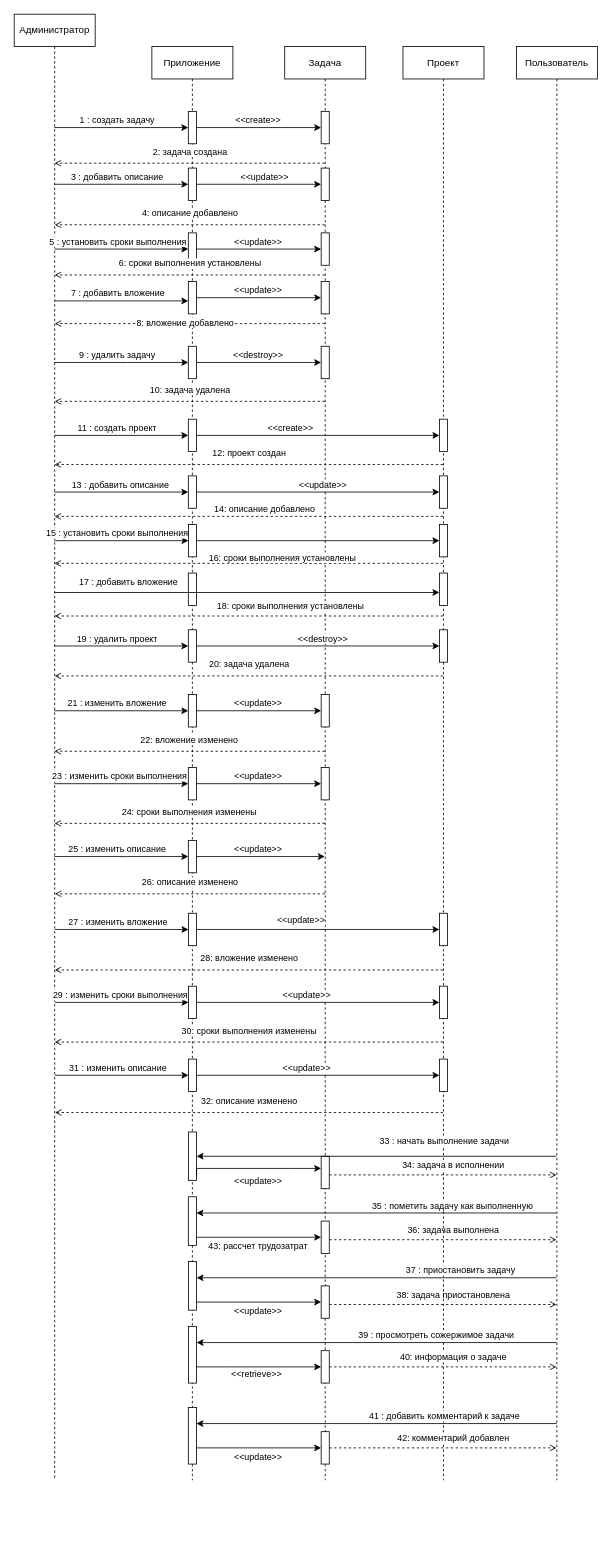
The draw.io diagram диаграммаПоследовательностиКурс.drawio in hard-gainer/UML, before the edit. Source tidied: cells renumbered, new cells numbered last; positions are measured from the earlier drawing's top-left corner, leaving out a move shared by most shapes. Both pictures are drawn from the tidied source at 81%, with x=0, y=0 at pixel (14, 14).
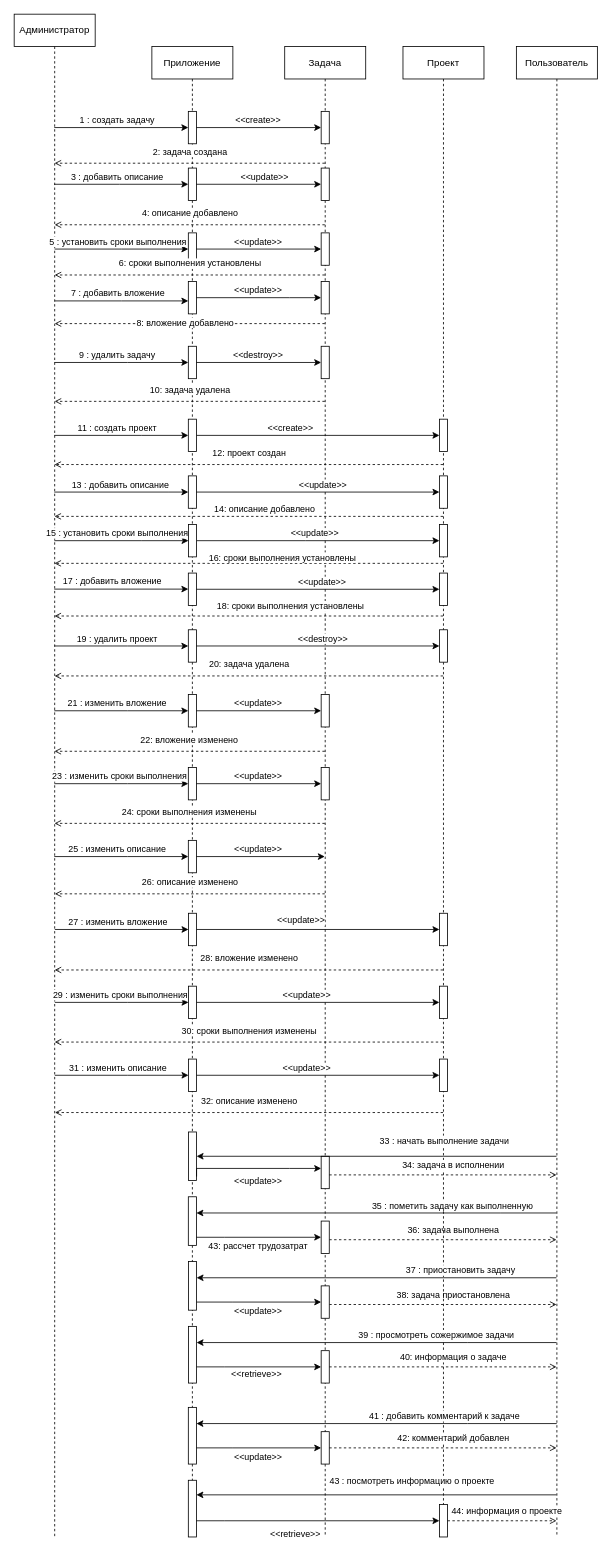
The same diagram, later.

Unchanged cells that the change refers to:
```xml
<mxCell id="29" style="html=1;points=[[0,0,0,0,5],[0,1,0,0,-5],[1,0,0,0,5],[1,1,0,0,-5]];perimeter=orthogonalPerimeter;outlineConnect=0;targetShapes=umlLifeline;portConstraint=eastwest;newEdgeStyle={&quot;curved&quot;:0,&quot;rounded&quot;:0};" parent="4" vertex="1">
  <mxGeometry x="45" y="650" width="10" height="40" as="geometry" />
</mxCell>
<mxCell id="72" style="html=1;points=[[0,0,0,0,5],[0,1,0,0,-5],[1,0,0,0,5],[1,1,0,0,-5]];perimeter=orthogonalPerimeter;outlineConnect=0;targetShapes=umlLifeline;portConstraint=eastwest;newEdgeStyle={&quot;curved&quot;:0,&quot;rounded&quot;:0};" parent="68" vertex="1">
  <mxGeometry x="45" y="650" width="10" height="40" as="geometry" />
</mxCell>
```

The edit, as a diff of the source:
```diff
@@
     <mxCell id="2" value="Администратор" style="shape=umlLifeline;perimeter=lifelinePerimeter;whiteSpace=wrap;html=1;outlineConnect=0;portConstraint=eastwest;newEdgeStyle={&quot;edgeStyle&quot;:&quot;elbowEdgeStyle&quot;,&quot;elbow&quot;:&quot;vertical&quot;,&quot;curved&quot;:0,&quot;rounded&quot;:0};" parent="1" vertex="1">
-      <mxGeometry width="100" height="1810" as="geometry" />
+      <mxGeometry width="100" height="1880" as="geometry" />
     </mxCell>
     <mxCell id="3" value="Пользователь" style="shape=umlLifeline;perimeter=lifelinePerimeter;whiteSpace=wrap;html=1;outlineConnect=0;portConstraint=eastwest;newEdgeStyle={&quot;edgeStyle&quot;:&quot;elbowEdgeStyle&quot;,&quot;elbow&quot;:&quot;vertical&quot;,&quot;curved&quot;:0,&quot;rounded&quot;:0};" parent="1" vertex="1">
-      <mxGeometry x="620" y="40" width="100" height="1770" as="geometry" />
+      <mxGeometry x="620" y="40" width="100" height="1840" as="geometry" />
     </mxCell>
     <mxCell id="4" value="Приложение" style="shape=umlLifeline;perimeter=lifelinePerimeter;whiteSpace=wrap;html=1;newEdgeStyle={&quot;edgeStyle&quot;:&quot;elbowEdgeStyle&quot;,&quot;elbow&quot;:&quot;vertical&quot;,&quot;curved&quot;:0,&quot;rounded&quot;:0};" parent="1" vertex="1">
-      <mxGeometry x="170" y="40" width="100" height="1770" as="geometry" />
+      <mxGeometry x="170" y="40" width="100" height="1840" as="geometry" />
     </mxCell>
@@
+    <mxCell id="150" style="html=1;points=[[0,0,0,0,5],[0,1,0,0,-5],[1,0,0,0,5],[1,1,0,0,-5]];perimeter=orthogonalPerimeter;outlineConnect=0;targetShapes=umlLifeline;portConstraint=eastwest;newEdgeStyle={&quot;curved&quot;:0,&quot;rounded&quot;:0};" parent="4" vertex="1">
+      <mxGeometry x="45" y="1770" width="10" height="70" as="geometry" />
+    </mxCell>
@@
     <mxCell id="34" value="Задача" style="shape=umlLifeline;perimeter=lifelinePerimeter;whiteSpace=wrap;html=1;outlineConnect=0;portConstraint=eastwest;newEdgeStyle={&quot;edgeStyle&quot;:&quot;elbowEdgeStyle&quot;,&quot;elbow&quot;:&quot;vertical&quot;,&quot;curved&quot;:0,&quot;rounded&quot;:0};" parent="1" vertex="1">
-      <mxGeometry x="334" y="40" width="100" height="1770" as="geometry" />
+      <mxGeometry x="334" y="40" width="100" height="1840" as="geometry" />
     </mxCell>
@@
     <mxCell id="68" value="Проект" style="shape=umlLifeline;perimeter=lifelinePerimeter;whiteSpace=wrap;html=1;outlineConnect=0;portConstraint=eastwest;newEdgeStyle={&quot;edgeStyle&quot;:&quot;elbowEdgeStyle&quot;,&quot;elbow&quot;:&quot;vertical&quot;,&quot;curved&quot;:0,&quot;rounded&quot;:0};" parent="1" vertex="1">
-      <mxGeometry x="480" y="40" width="100" height="1770" as="geometry" />
+      <mxGeometry x="480" y="40" width="100" height="1840" as="geometry" />
     </mxCell>
@@
+    <mxCell id="151" style="html=1;points=[[0,0,0,0,5],[0,1,0,0,-5],[1,0,0,0,5],[1,1,0,0,-5]];perimeter=orthogonalPerimeter;outlineConnect=0;targetShapes=umlLifeline;portConstraint=eastwest;newEdgeStyle={&quot;curved&quot;:0,&quot;rounded&quot;:0};" parent="68" vertex="1">
+      <mxGeometry x="45" y="1800" width="10" height="40" as="geometry" />
+    </mxCell>
@@
-    <mxCell id="82" style="edgeStyle=elbowEdgeStyle;rounded=0;jettySize=auto;html=1;elbow=vertical;curved=0;" parent="1" edge="1" source="2" target="72">
+    <mxCell id="82" style="edgeStyle=elbowEdgeStyle;rounded=0;jettySize=auto;html=1;elbow=vertical;curved=0;" parent="1" edge="1" source="2" target="29">
       <mxGeometry relative="1" as="geometry">
         <Array as="points">
-          <mxPoint x="370" y="714" />
+          <mxPoint x="180" y="709.8" />
         </Array>
       </mxGeometry>
     </mxCell>
     <mxCell id="83" value="17 : добавить вложение" style="edgeLabel;html=1;align=center;verticalAlign=middle;" parent="82" vertex="1">
       <mxGeometry x="-0.24" y="1" relative="1" as="geometry">
-        <mxPoint x="-90" y="-13" as="offset" />
+        <mxPoint x="8" y="-9" as="offset" />
       </mxGeometry>
     </mxCell>
@@
+    <mxCell id="152" value="&amp;lt;&amp;lt;update&amp;gt;&amp;gt;" style="edgeLabel;html=1;align=center;verticalAlign=middle;" parent="1" vertex="1">
+      <mxGeometry x="370" y="640" as="geometry" />
+    </mxCell>
+    <mxCell id="153" style="edgeStyle=elbowEdgeStyle;rounded=0;jettySize=auto;html=1;elbow=vertical;curved=0;" parent="1" edge="1" source="29" target="72">
+      <mxGeometry relative="1" as="geometry">
+        <Array as="points">
+          <mxPoint x="369" y="710" />
+        </Array>
+      </mxGeometry>
+    </mxCell>
+    <mxCell id="154" value="&amp;lt;&amp;lt;update&amp;gt;&amp;gt;" style="edgeLabel;html=1;align=center;verticalAlign=middle;" parent="1" vertex="1">
+      <mxGeometry x="379" y="700" as="geometry" />
+    </mxCell>
+    <mxCell id="155" style="edgeStyle=orthogonalEdgeStyle;rounded=0;orthogonalLoop=1;jettySize=auto;html=1;curved=0;" parent="1" edge="1">
+      <mxGeometry relative="1" as="geometry">
+        <mxPoint x="669.5" y="1828" as="sourcePoint" />
+        <mxPoint x="225" y="1828" as="targetPoint" />
+        <Array as="points">
+          <mxPoint x="530" y="1828" />
+          <mxPoint x="530" y="1828" />
+        </Array>
+      </mxGeometry>
+    </mxCell>
+    <mxCell id="156" value="43 : посмотреть информацию о проекте" style="edgeLabel;html=1;align=center;verticalAlign=middle;" parent="1" vertex="1">
+      <mxGeometry x="490" y="1810" as="geometry" />
+    </mxCell>
+    <mxCell id="157" style="edgeStyle=orthogonalEdgeStyle;rounded=0;jettySize=auto;html=1;curved=0;" parent="1" edge="1" source="150" target="151">
+      <mxGeometry relative="1" as="geometry">
+        <Array as="points">
+          <mxPoint x="260" y="1860" />
+          <mxPoint x="260" y="1860" />
+        </Array>
+      </mxGeometry>
+    </mxCell>
+    <mxCell id="158" value="&amp;lt;&amp;lt;retrieve&amp;gt;&amp;gt;" style="edgeLabel;html=1;align=center;verticalAlign=middle;" parent="1" vertex="1">
+      <mxGeometry x="340" y="1880" as="geometry">
+        <mxPoint x="6" y="-4" as="offset" />
+      </mxGeometry>
+    </mxCell>
+    <mxCell id="159" value="44: информация о проекте" style="html=1;verticalAlign=bottom;labelBackgroundColor=default;endArrow=open;endFill=0;dashed=1;rounded=0;" parent="1" edge="1" source="151" target="3">
+      <mxGeometry x="0.09" y="3" relative="1" as="geometry" />
+    </mxCell>
```
